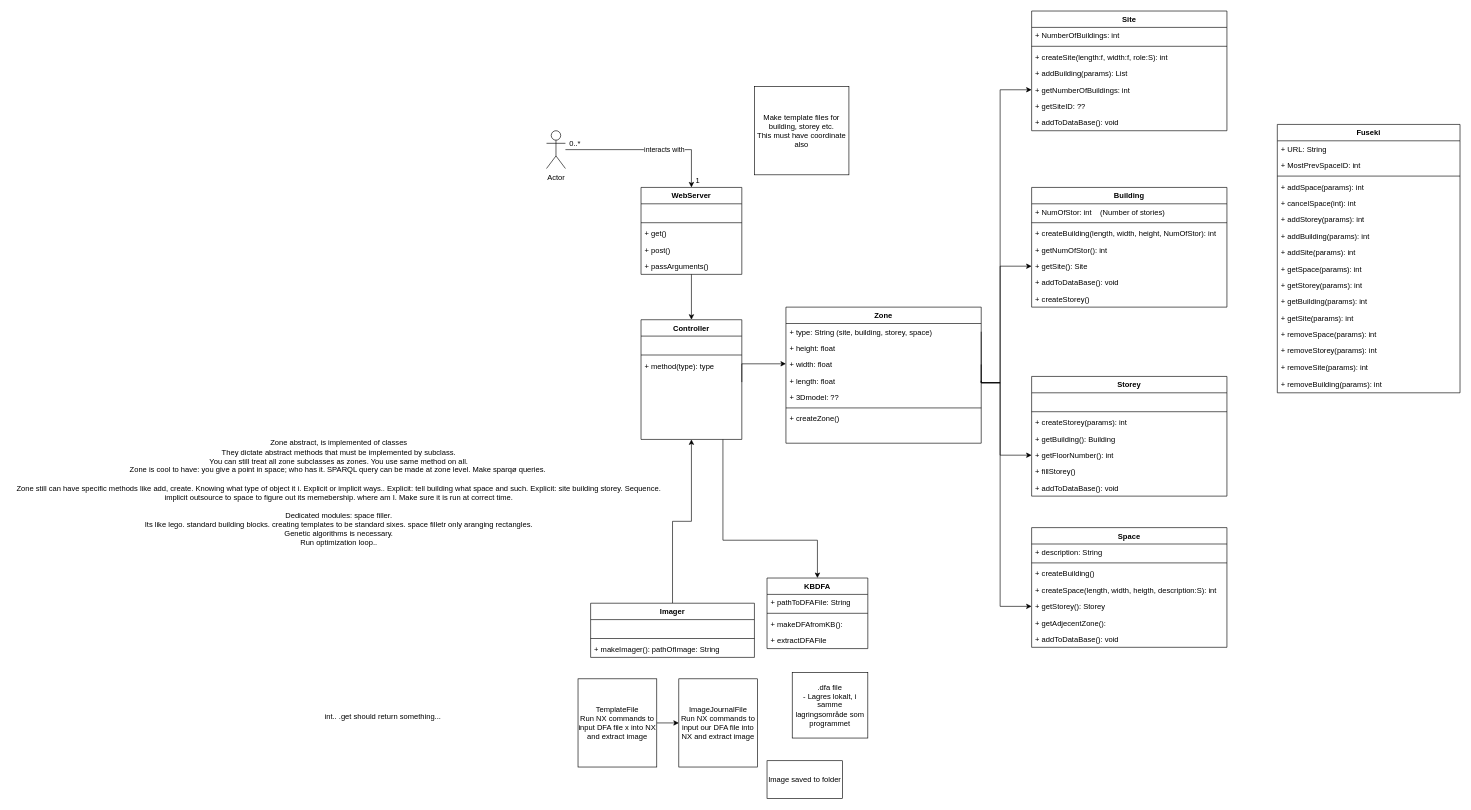
Before: page "Design Class Diagram" (7 of 9) of Diagrams/Diagrams.drawio in Hallvaeb/automation-p2-construction-knowledge-base, a draw.io diagram. Source tidied: cells renumbered, new cells numbered last; positions are measured from the earlier drawing's top-left corner, leaving out a move shared by most shapes. Both pictures are drawn from the tidied source at 63%, with x=0, y=0 at pixel (11, 11).
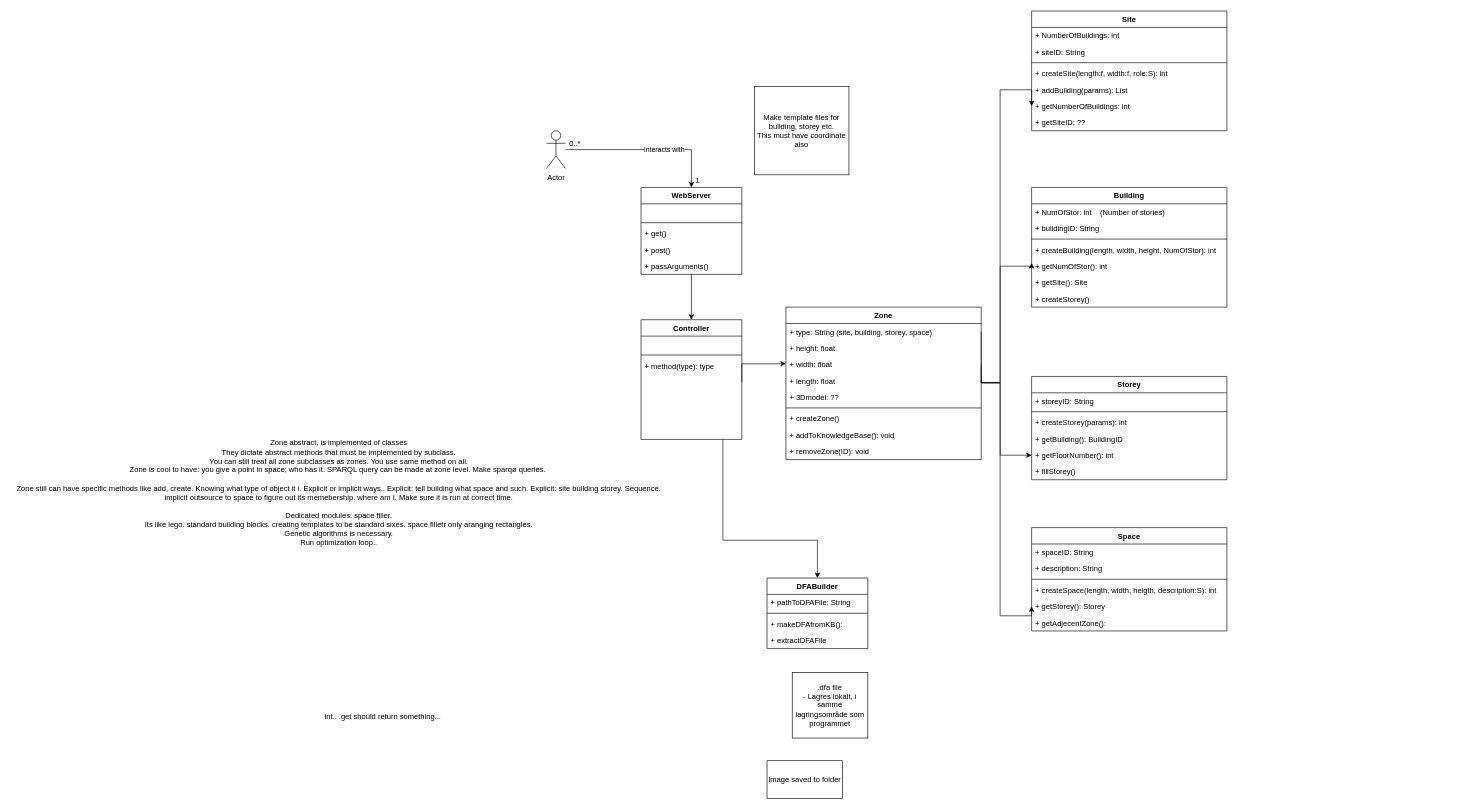
The same page after the edit.

Unchanged cells that the change refers to:
```xml
<mxCell id="8" value="Building" style="swimlane;fontStyle=1;align=center;verticalAlign=top;horizontal=1;startSize=26;strokeColor=default;fillColor=default;" parent="1" vertex="1">
  <mxGeometry x="1620" y="280" width="310" height="190" as="geometry" />
</mxCell>
<mxCell id="34" value="Controller" style="swimlane;fontStyle=1;align=center;verticalAlign=top;horizontal=1;startSize=26;strokeColor=default;fillColor=default;" parent="1" vertex="1">
  <mxGeometry x="1000" y="490" width="160" height="190" as="geometry" />
</mxCell>
<mxCell id="64" value="Site" style="swimlane;fontStyle=1;align=center;verticalAlign=top;horizontal=1;startSize=26;strokeColor=default;fillColor=default;" parent="1" vertex="1">
  <mxGeometry x="1620" width="310" height="190" as="geometry" />
</mxCell>
<mxCell id="85" value="+ getStorey(): Storey" style="text;strokeColor=none;fillColor=none;align=left;verticalAlign=top;spacingLeft=4;spacingRight=4;overflow=hidden;points=[[0,0.5],[1,0.5]];portConstraint=eastwest;" parent="80" vertex="1">
  <mxGeometry y="112" width="310" height="26" as="geometry" />
</mxCell>
<mxCell id="94" value="+ length: float" style="text;strokeColor=none;fillColor=none;align=left;verticalAlign=top;spacingLeft=4;spacingRight=4;overflow=hidden;points=[[0,0.5],[1,0.5]];portConstraint=eastwest;" parent="90" vertex="1">
  <mxGeometry y="104" width="310" height="26" as="geometry" />
</mxCell>
```

Diff of the diagram source:
```diff
@@
+    <mxCell id="104" value="+ buildingID: String" style="text;strokeColor=none;fillColor=none;align=left;verticalAlign=top;spacingLeft=4;spacingRight=4;overflow=hidden;" parent="8" vertex="1">
+      <mxGeometry y="52" width="310" height="26" as="geometry" />
+    </mxCell>
     <mxCell id="10" style="line;strokeWidth=1;fillColor=none;align=left;verticalAlign=middle;spacingTop=-1;spacingLeft=3;spacingRight=3;labelPosition=right;" parent="8" vertex="1">
-      <mxGeometry y="52" width="310" height="8" as="geometry" />
+      <mxGeometry y="78" width="310" height="8" as="geometry" />
     </mxCell>
     <mxCell id="11" value="+ createBuilding(length, width, height, NumOfStor): int" style="text;strokeColor=none;fillColor=none;align=left;verticalAlign=top;spacingLeft=4;spacingRight=4;overflow=hidden;" parent="8" vertex="1">
-      <mxGeometry y="60" width="310" height="26" as="geometry" />
+      <mxGeometry y="86" width="310" height="26" as="geometry" />
     </mxCell>
     <mxCell id="12" value="+ getNumOfStor(): int" style="text;strokeColor=none;fillColor=none;align=left;verticalAlign=top;spacingLeft=4;spacingRight=4;overflow=hidden;" parent="8" vertex="1">
-      <mxGeometry y="86" width="310" height="26" as="geometry" />
+      <mxGeometry y="112" width="310" height="26" as="geometry" />
     </mxCell>
     <mxCell id="13" value="+ getSite(): Site" style="text;strokeColor=none;fillColor=none;align=left;verticalAlign=top;spacingLeft=4;spacingRight=4;overflow=hidden;points=[[0,0.5],[1,0.5]];portConstraint=eastwest;" parent="8" vertex="1">
-      <mxGeometry y="112" width="310" height="26" as="geometry" />
+      <mxGeometry y="138" width="310" height="26" as="geometry" />
     </mxCell>
-    <mxCell id="14" value="+ addToDataBase(): void" style="text;strokeColor=none;fillColor=none;align=left;verticalAlign=top;spacingLeft=4;spacingRight=4;overflow=hidden;" parent="8" vertex="1">
-      <mxGeometry y="138" width="310" height="26" as="geometry" />
-    </mxCell>
@@
-    <mxCell id="16" value="Fuseki" style="swimlane;fontStyle=1;align=center;verticalAlign=top;horizontal=1;startSize=26;strokeColor=default;fillColor=default;" parent="1" vertex="1">
-      <mxGeometry x="2010" y="180" width="290" height="426" as="geometry" />
-    </mxCell>
-    <mxCell id="17" value="+ URL: String" style="text;strokeColor=none;fillColor=none;align=left;verticalAlign=top;spacingLeft=4;spacingRight=4;overflow=hidden;" parent="16" vertex="1">
-      <mxGeometry y="26" width="290" height="26" as="geometry" />
-    </mxCell>
-    <mxCell id="18" value="+ MostPrevSpaceID: int" style="text;strokeColor=none;fillColor=none;align=left;verticalAlign=top;spacingLeft=4;spacingRight=4;overflow=hidden;" parent="16" vertex="1">
-      <mxGeometry y="52" width="290" height="26" as="geometry" />
-    </mxCell>
-    <mxCell id="19" style="line;strokeWidth=1;fillColor=none;align=left;verticalAlign=middle;spacingTop=-1;spacingLeft=3;spacingRight=3;labelPosition=right;" parent="16" vertex="1">
-      <mxGeometry y="78" width="290" height="8" as="geometry" />
-    </mxCell>
-    <mxCell id="20" value="+ addSpace(params): int" style="text;strokeColor=none;fillColor=none;align=left;verticalAlign=top;spacingLeft=4;spacingRight=4;overflow=hidden;" parent="16" vertex="1">
-      <mxGeometry y="86" width="290" height="26" as="geometry" />
-    </mxCell>
-    <mxCell id="21" value="+ cancelSpace(int): int" style="text;strokeColor=none;fillColor=none;align=left;verticalAlign=top;spacingLeft=4;spacingRight=4;overflow=hidden;" parent="16" vertex="1">
-      <mxGeometry y="112" width="290" height="26" as="geometry" />
-    </mxCell>
-    <mxCell id="22" value="+ addStorey(params): int" style="text;strokeColor=none;fillColor=none;align=left;verticalAlign=top;spacingLeft=4;spacingRight=4;overflow=hidden;" parent="16" vertex="1">
-      <mxGeometry y="138" width="290" height="26" as="geometry" />
-    </mxCell>
-    <mxCell id="23" value="+ addBuilding(params): int" style="text;strokeColor=none;fillColor=none;align=left;verticalAlign=top;spacingLeft=4;spacingRight=4;overflow=hidden;" parent="16" vertex="1">
-      <mxGeometry y="164" width="290" height="26" as="geometry" />
-    </mxCell>
-    <mxCell id="24" value="+ addSite(params): int" style="text;strokeColor=none;fillColor=none;align=left;verticalAlign=top;spacingLeft=4;spacingRight=4;overflow=hidden;" parent="16" vertex="1">
-      <mxGeometry y="190" width="290" height="26" as="geometry" />
-    </mxCell>
-    <mxCell id="25" value="+ getSpace(params): int" style="text;strokeColor=none;fillColor=none;align=left;verticalAlign=top;spacingLeft=4;spacingRight=4;overflow=hidden;" parent="16" vertex="1">
-      <mxGeometry y="216" width="290" height="26" as="geometry" />
-    </mxCell>
-    <mxCell id="26" value="+ getStorey(params): int" style="text;strokeColor=none;fillColor=none;align=left;verticalAlign=top;spacingLeft=4;spacingRight=4;overflow=hidden;" parent="16" vertex="1">
-      <mxGeometry y="242" width="290" height="26" as="geometry" />
-    </mxCell>
-    <mxCell id="27" value="+ getBuilding(params): int" style="text;strokeColor=none;fillColor=none;align=left;verticalAlign=top;spacingLeft=4;spacingRight=4;overflow=hidden;" parent="16" vertex="1">
-      <mxGeometry y="268" width="290" height="26" as="geometry" />
-    </mxCell>
-    <mxCell id="28" value="+ getSite(params): int" style="text;strokeColor=none;fillColor=none;align=left;verticalAlign=top;spacingLeft=4;spacingRight=4;overflow=hidden;" parent="16" vertex="1">
-      <mxGeometry y="294" width="290" height="26" as="geometry" />
-    </mxCell>
-    <mxCell id="29" value="+ removeSpace(params): int" style="text;strokeColor=none;fillColor=none;align=left;verticalAlign=top;spacingLeft=4;spacingRight=4;overflow=hidden;" parent="16" vertex="1">
-      <mxGeometry y="320" width="290" height="26" as="geometry" />
-    </mxCell>
-    <mxCell id="30" value="+ removeStorey(params): int" style="text;strokeColor=none;fillColor=none;align=left;verticalAlign=top;spacingLeft=4;spacingRight=4;overflow=hidden;" parent="16" vertex="1">
-      <mxGeometry y="346" width="290" height="26" as="geometry" />
-    </mxCell>
-    <mxCell id="31" value="+ removeSite(params): int" style="text;strokeColor=none;fillColor=none;align=left;verticalAlign=top;spacingLeft=4;spacingRight=4;overflow=hidden;" parent="16" vertex="1">
-      <mxGeometry y="372" width="290" height="28" as="geometry" />
-    </mxCell>
-    <mxCell id="32" value="+ removeBuilding(params): int" style="text;strokeColor=none;fillColor=none;align=left;verticalAlign=top;spacingLeft=4;spacingRight=4;overflow=hidden;" parent="16" vertex="1">
-      <mxGeometry y="400" width="290" height="26" as="geometry" />
-    </mxCell>
@@
-    <mxCell id="48" style="edgeStyle=orthogonalEdgeStyle;rounded=0;jettySize=auto;html=1;exitX=0.5;exitY=0;exitDx=0;exitDy=0;" parent="1" edge="1" source="49" target="34">
-      <mxGeometry relative="1" as="geometry" />
-    </mxCell>
-    <mxCell id="49" value="Imager" style="swimlane;fontStyle=1;align=center;verticalAlign=top;horizontal=1;startSize=26;strokeColor=default;fillColor=default;" parent="1" vertex="1">
-      <mxGeometry x="920" y="940" width="260" height="86" as="geometry" />
-    </mxCell>
-    <mxCell id="50" style="text;strokeColor=none;fillColor=none;align=left;verticalAlign=top;spacingLeft=4;spacingRight=4;overflow=hidden;" parent="49" vertex="1">
-      <mxGeometry y="26" width="260" height="26" as="geometry" />
-    </mxCell>
-    <mxCell id="51" style="line;strokeWidth=1;fillColor=none;align=left;verticalAlign=middle;spacingTop=-1;spacingLeft=3;spacingRight=3;labelPosition=right;" parent="49" vertex="1">
-      <mxGeometry y="52" width="260" height="8" as="geometry" />
-    </mxCell>
-    <mxCell id="52" value="+ makeImager(): pathOfImage: String" style="text;strokeColor=none;fillColor=none;align=left;verticalAlign=top;spacingLeft=4;spacingRight=4;overflow=hidden;" parent="49" vertex="1">
-      <mxGeometry y="60" width="260" height="26" as="geometry" />
-    </mxCell>
-    <mxCell id="53" value="KBDFA" style="swimlane;fontStyle=1;align=center;verticalAlign=top;horizontal=1;startSize=26;strokeColor=default;fillColor=default;" parent="1" vertex="1">
+    <mxCell id="53" value="DFABuilder" style="swimlane;fontStyle=1;align=center;verticalAlign=top;horizontal=1;startSize=26;strokeColor=default;fillColor=default;" parent="1" vertex="1">
       <mxGeometry x="1200" y="900" width="160" height="112" as="geometry" />
     </mxCell>
@@
-    <mxCell id="58" style="edgeStyle=orthogonalEdgeStyle;rounded=0;jettySize=auto;html=1;exitX=1;exitY=0.5;exitDx=0;exitDy=0;entryX=0;entryY=0.5;entryDx=0;entryDy=0;" parent="1" edge="1" source="59" target="61">
-      <mxGeometry relative="1" as="geometry" />
-    </mxCell>
-    <mxCell id="59" value="TemplateFile&lt;br&gt;Run NX commands to input DFA file x into NX and extract image" style="whiteSpace=wrap;html=1;" parent="1" vertex="1">
-      <mxGeometry x="900" y="1060" width="125" height="140" as="geometry" />
-    </mxCell>
@@
-    <mxCell id="61" value="ImageJournalFile&lt;br&gt;Run NX commands to input our DFA file into NX and extract image" style="whiteSpace=wrap;html=1;" parent="1" vertex="1">
-      <mxGeometry x="1060" y="1060" width="125" height="140" as="geometry" />
-    </mxCell>
@@
+    <mxCell id="105" value="+ siteID: String" style="text;strokeColor=none;fillColor=none;align=left;verticalAlign=top;spacingLeft=4;spacingRight=4;overflow=hidden;" parent="64" vertex="1">
+      <mxGeometry y="52" width="310" height="26" as="geometry" />
+    </mxCell>
     <mxCell id="66" style="line;strokeWidth=1;fillColor=none;align=left;verticalAlign=middle;spacingTop=-1;spacingLeft=3;spacingRight=3;labelPosition=right;" parent="64" vertex="1">
-      <mxGeometry y="52" width="310" height="8" as="geometry" />
+      <mxGeometry y="78" width="310" height="8" as="geometry" />
     </mxCell>
     <mxCell id="67" value="+ createSite(length:f, width:f, role:S): int" style="text;strokeColor=none;fillColor=none;align=left;verticalAlign=top;spacingLeft=4;spacingRight=4;overflow=hidden;" parent="64" vertex="1">
-      <mxGeometry y="60" width="310" height="26" as="geometry" />
+      <mxGeometry y="86" width="310" height="26" as="geometry" />
     </mxCell>
     <mxCell id="68" value="+ addBuilding(params): List" style="text;strokeColor=none;fillColor=none;align=left;verticalAlign=top;spacingLeft=4;spacingRight=4;overflow=hidden;" parent="64" vertex="1">
-      <mxGeometry y="86" width="310" height="26" as="geometry" />
+      <mxGeometry y="112" width="310" height="26" as="geometry" />
     </mxCell>
     <mxCell id="69" value="+ getNumberOfBuildings: int" style="text;strokeColor=none;fillColor=none;align=left;verticalAlign=top;spacingLeft=4;spacingRight=4;overflow=hidden;points=[[0,0.5],[1,0.5]];portConstraint=eastwest;" parent="64" vertex="1">
-      <mxGeometry y="112" width="310" height="26" as="geometry" />
+      <mxGeometry y="138" width="310" height="26" as="geometry" />
     </mxCell>
     <mxCell id="70" value="+ getSiteID: ??" style="text;strokeColor=none;fillColor=none;align=left;verticalAlign=top;spacingLeft=4;spacingRight=4;overflow=hidden;" parent="64" vertex="1">
-      <mxGeometry y="138" width="310" height="26" as="geometry" />
+      <mxGeometry y="164" width="310" height="26" as="geometry" />
     </mxCell>
-    <mxCell id="71" value="+ addToDataBase(): void" style="text;strokeColor=none;fillColor=none;align=left;verticalAlign=top;spacingLeft=4;spacingRight=4;overflow=hidden;" parent="64" vertex="1">
-      <mxGeometry y="164" width="310" height="26" as="geometry" />
-    </mxCell>
     <mxCell id="72" value="Storey" style="swimlane;fontStyle=1;align=center;verticalAlign=top;horizontal=1;startSize=26;strokeColor=default;fillColor=default;" parent="1" vertex="1">
-      <mxGeometry x="1620" y="580" width="310" height="190" as="geometry" />
+      <mxGeometry x="1620" y="580" width="310" height="164" as="geometry" />
     </mxCell>
-    <mxCell id="73" value=" " style="text;strokeColor=none;fillColor=none;align=left;verticalAlign=top;spacingLeft=4;spacingRight=4;overflow=hidden;" parent="72" vertex="1">
+    <mxCell id="73" value="+ storeyID: String" style="text;strokeColor=none;fillColor=none;align=left;verticalAlign=top;spacingLeft=4;spacingRight=4;overflow=hidden;" parent="72" vertex="1">
       <mxGeometry y="26" width="310" height="26" as="geometry" />
     </mxCell>
@@
-    <mxCell id="76" value="+ getBuilding(): Building" style="text;strokeColor=none;fillColor=none;align=left;verticalAlign=top;spacingLeft=4;spacingRight=4;overflow=hidden;" parent="72" vertex="1">
+    <mxCell id="76" value="+ getBuilding(): BuildingID" style="text;strokeColor=none;fillColor=none;align=left;verticalAlign=top;spacingLeft=4;spacingRight=4;overflow=hidden;" parent="72" vertex="1">
       <mxGeometry y="86" width="310" height="26" as="geometry" />
     </mxCell>
@@
-    <mxCell id="79" value="+ addToDataBase(): void" style="text;strokeColor=none;fillColor=none;align=left;verticalAlign=top;spacingLeft=4;spacingRight=4;overflow=hidden;" parent="72" vertex="1">
-      <mxGeometry y="164" width="310" height="26" as="geometry" />
-    </mxCell>
     <mxCell id="80" value="Space" style="swimlane;fontStyle=1;align=center;verticalAlign=top;horizontal=1;startSize=26;strokeColor=default;fillColor=default;" parent="1" vertex="1">
-      <mxGeometry x="1620" y="820" width="310" height="190" as="geometry" />
+      <mxGeometry x="1620" y="820" width="310" height="164" as="geometry" />
     </mxCell>
+    <mxCell id="106" value="+ spaceID: String" style="text;strokeColor=none;fillColor=none;align=left;verticalAlign=top;spacingLeft=4;spacingRight=4;overflow=hidden;" parent="80" vertex="1">
+      <mxGeometry y="26" width="310" height="26" as="geometry" />
+    </mxCell>
     <mxCell id="81" value="+ description: String" style="text;strokeColor=none;fillColor=none;align=left;verticalAlign=top;spacingLeft=4;spacingRight=4;overflow=hidden;" parent="80" vertex="1">
-      <mxGeometry y="26" width="310" height="26" as="geometry" />
+      <mxGeometry y="52" width="310" height="26" as="geometry" />
     </mxCell>
     <mxCell id="82" style="line;strokeWidth=1;fillColor=none;align=left;verticalAlign=middle;spacingTop=-1;spacingLeft=3;spacingRight=3;labelPosition=right;" parent="80" vertex="1">
-      <mxGeometry y="52" width="310" height="8" as="geometry" />
+      <mxGeometry y="78" width="310" height="8" as="geometry" />
     </mxCell>
-    <mxCell id="83" value="+ createBuilding()" style="text;strokeColor=none;fillColor=none;align=left;verticalAlign=top;spacingLeft=4;spacingRight=4;overflow=hidden;" parent="80" vertex="1">
-      <mxGeometry y="60" width="310" height="26" as="geometry" />
-    </mxCell>
@@
-    <mxCell id="87" value="+ addToDataBase(): void" style="text;strokeColor=none;fillColor=none;align=left;verticalAlign=top;spacingLeft=4;spacingRight=4;overflow=hidden;" parent="80" vertex="1">
-      <mxGeometry y="164" width="310" height="26" as="geometry" />
-    </mxCell>
@@
     <mxCell id="90" value="Zone" style="swimlane;fontStyle=1;align=center;verticalAlign=top;horizontal=1;startSize=26;strokeColor=default;fillColor=default;" parent="1" vertex="1">
-      <mxGeometry x="1230" y="470" width="310" height="216" as="geometry" />
+      <mxGeometry x="1230" y="470" width="310" height="242" as="geometry" />
     </mxCell>
@@
-    <mxCell id="98" style="text;strokeColor=none;fillColor=none;align=left;verticalAlign=top;spacingLeft=4;spacingRight=4;overflow=hidden;" parent="90" vertex="1">
+    <mxCell id="98" value="+ addToKnowledgeBase(): void" style="text;strokeColor=none;fillColor=none;align=left;verticalAlign=top;spacingLeft=4;spacingRight=4;overflow=hidden;" parent="90" vertex="1">
       <mxGeometry y="190" width="310" height="26" as="geometry" />
     </mxCell>
+    <mxCell id="107" value="+ removeZone(ID): void" style="text;strokeColor=none;fillColor=none;align=left;verticalAlign=top;spacingLeft=4;spacingRight=4;overflow=hidden;" parent="90" vertex="1">
+      <mxGeometry y="216" width="310" height="26" as="geometry" />
+    </mxCell>
@@
-    <mxCell id="100" style="edgeStyle=orthogonalEdgeStyle;rounded=0;jettySize=auto;html=1;exitX=1;exitY=0.5;exitDx=0;exitDy=0;entryX=0;entryY=0.5;entryDx=0;entryDy=0;" parent="1" edge="1" source="94" target="13">
+    <mxCell id="100" style="edgeStyle=orthogonalEdgeStyle;rounded=0;jettySize=auto;html=1;exitX=1;exitY=0.5;exitDx=0;exitDy=0;" parent="1" edge="1" source="94">
       <mxGeometry relative="1" as="geometry">
+        <mxPoint x="1620" y="400" as="targetPoint" />
         <Array as="points">
           <mxPoint x="1540" y="590" />
           <mxPoint x="1570" y="590" />
           <mxPoint x="1570" y="405" />
         </Array>
       </mxGeometry>
     </mxCell>
@@
     <mxCell id="102" style="edgeStyle=orthogonalEdgeStyle;rounded=0;jettySize=auto;html=1;exitX=1;exitY=0.5;exitDx=0;exitDy=0;entryX=0;entryY=0.5;entryDx=0;entryDy=0;" parent="1" edge="1" source="94" target="85">
       <mxGeometry relative="1" as="geometry">
         <Array as="points">
           <mxPoint x="1540" y="590" />
           <mxPoint x="1570" y="590" />
-          <mxPoint x="1570" y="945" />
+          <mxPoint x="1570" y="960" />
+          <mxPoint x="1620" y="960" />
         </Array>
       </mxGeometry>
     </mxCell>
```
